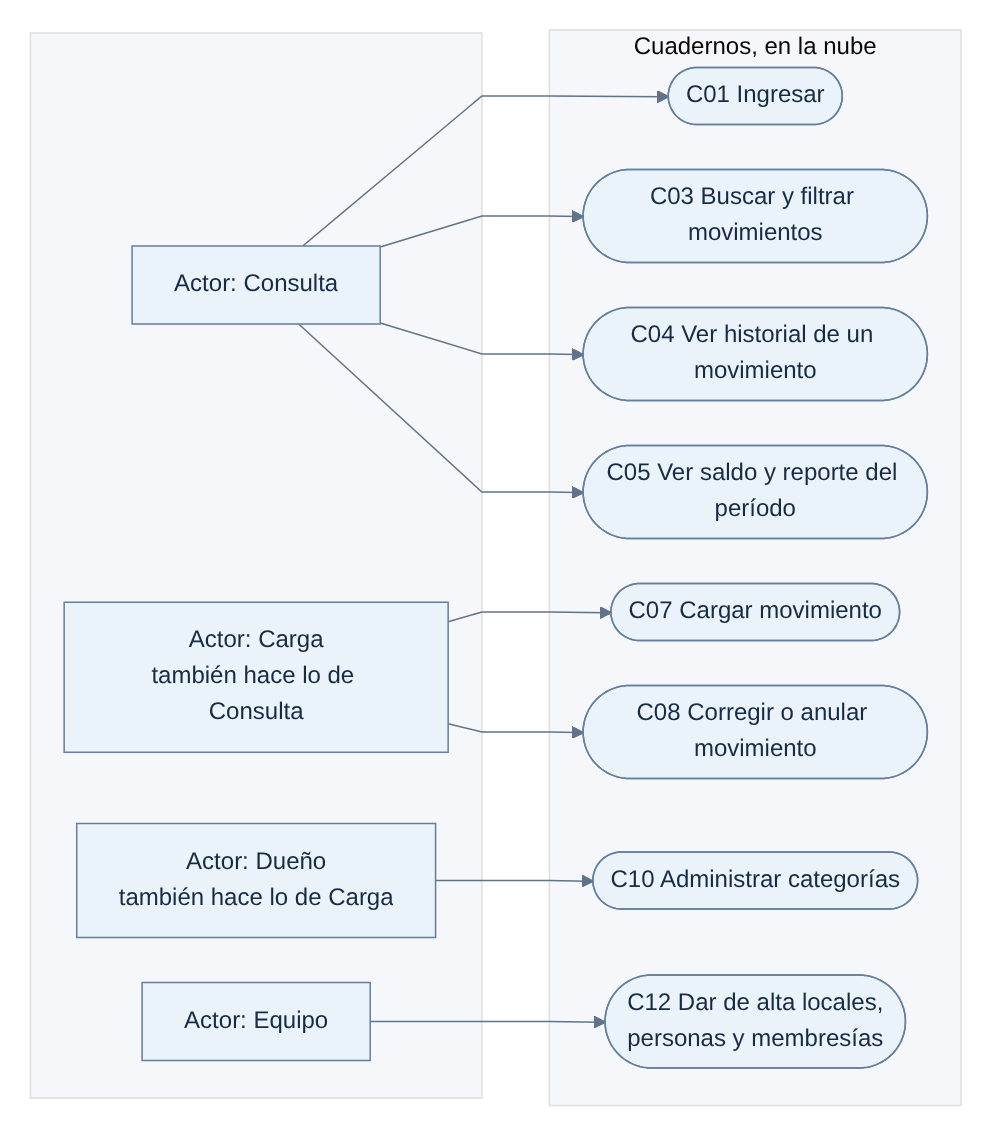
aleharo2003/floky-cuadernos keeps this Mermaid diagram as docs/diagramas/png/CU-01.png. Above is the earlier version. Its source is kept beside it as docs/diagramas/fuentes/CU-01.mmd. Source of this version:
```mermaid
flowchart LR
    subgraph Actores[" "]
        direction TB
        Consulta["Actor: Consulta"]
        Carga["Actor: Carga<br/>también hace lo de Consulta"]
        Dueno["Actor: Dueño<br/>también hace lo de Carga"]
        Equipo["Actor: Equipo"]
    end
    subgraph Sistema["Cuadernos, en la nube"]
        direction TB
        C01(["C01 Ingresar"])
        C03(["C03 Buscar y filtrar movimientos"])
        C04(["C04 Ver historial de un movimiento"])
        C05(["C05 Ver saldo y reporte del período"])
        C07(["C07 Cargar movimiento"])
        C08(["C08 Corregir o anular movimiento"])
        C10(["C10 Administrar categorías"])
        C12(["C12 Dar de alta locales,<br/>personas y membresías"])
    end
    Consulta --> C01
    Consulta --> C03
    Consulta --> C04
    Consulta --> C05
    Carga --> C07
    Carga --> C08
    Dueno --> C10
    Equipo --> C12
```
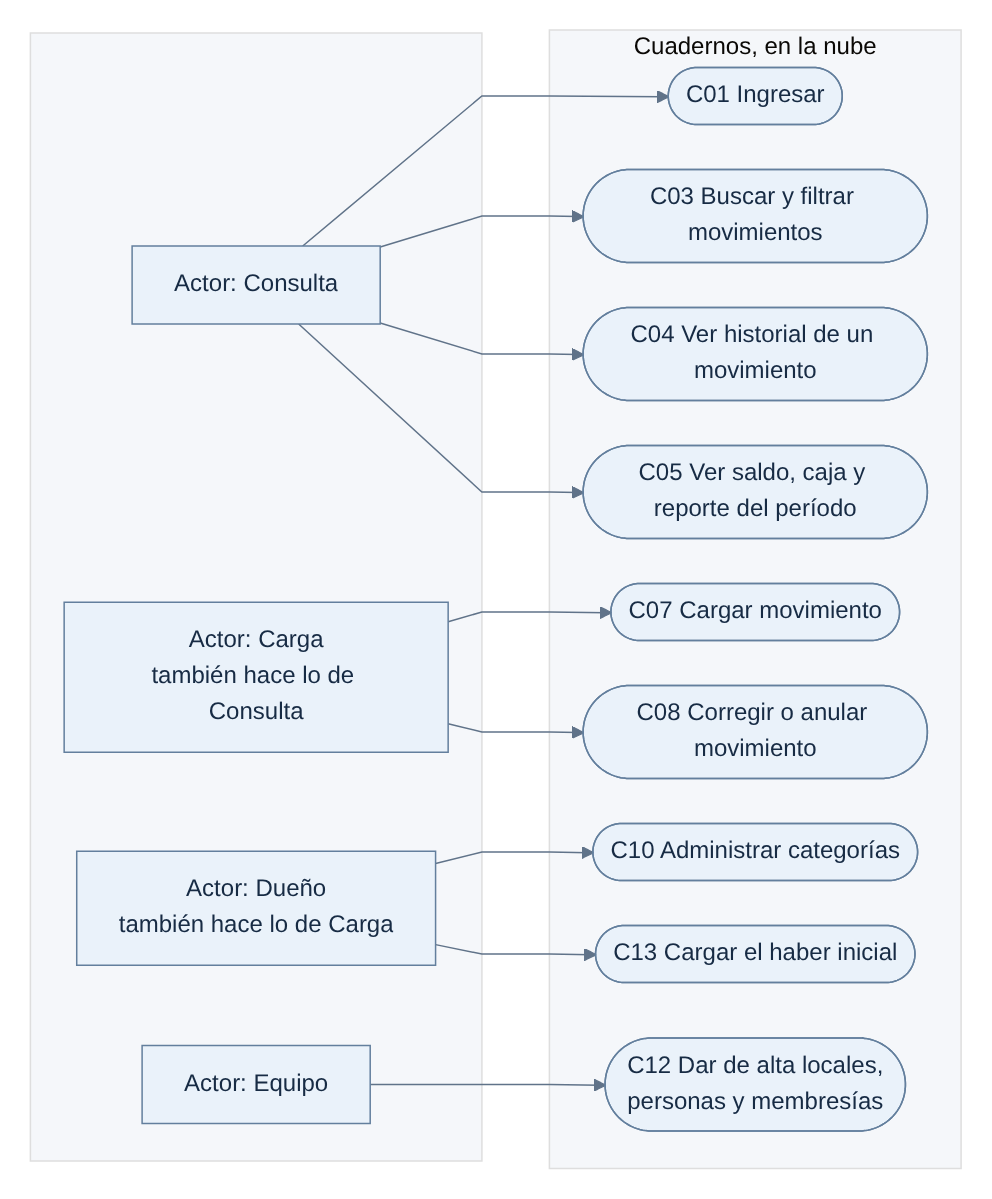
Later version of the same file.

What changed in the source:
```diff
@@ -11,10 +11,11 @@
         C01(["C01 Ingresar"])
         C03(["C03 Buscar y filtrar movimientos"])
         C04(["C04 Ver historial de un movimiento"])
-        C05(["C05 Ver saldo y reporte del período"])
+        C05(["C05 Ver saldo, caja y reporte del período"])
         C07(["C07 Cargar movimiento"])
         C08(["C08 Corregir o anular movimiento"])
         C10(["C10 Administrar categorías"])
+        C13(["C13 Cargar el haber inicial"])
         C12(["C12 Dar de alta locales,<br/>personas y membresías"])
     end
     Consulta --> C01
@@ -24,4 +25,5 @@
     Carga --> C07
     Carga --> C08
     Dueno --> C10
+    Dueno --> C13
     Equipo --> C12
```
